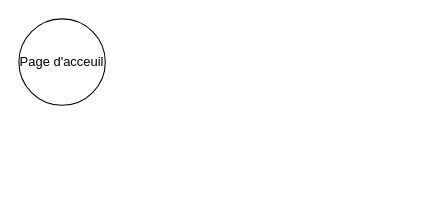
The draw.io diagram Untitled Diagram.drawio in RimAmarat/AuditSysteme, before the edit. Source tidied: cells renumbered, new cells numbered last; positions are measured from the earlier drawing's top-left corner, leaving out a move shared by most shapes. Both pictures are drawn from the tidied source at 108%, with x=0, y=0 at pixel (18, 18).
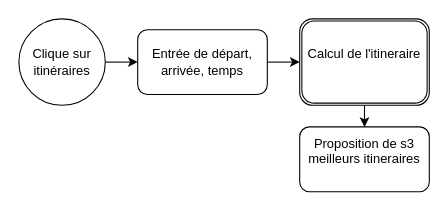
The same page after the edit.

The edit, as a diff of the source:
```diff
@@
 <mxGraphModel>
   <root>
     <mxCell id="0" />
     <mxCell id="1" parent="0" />
+    <mxCell id="3" style="edgeStyle=orthogonalEdgeStyle;rounded=0;jettySize=auto;html=1;exitX=1;exitY=0.5;exitDx=0;exitDy=0;entryX=0;entryY=0.5;entryDx=0;entryDy=0;" parent="1" edge="1" source="2" target="5">
+      <mxGeometry relative="1" as="geometry" />
+    </mxCell>
-    <mxCell id="2" value="&lt;div&gt;Page d'acceuil&lt;/div&gt;" style="ellipse;whiteSpace=wrap;html=1;" parent="1" vertex="1">
+    <mxCell id="2" value="&lt;div&gt;Clique sur itinéraires&lt;br&gt;&lt;/div&gt;" style="ellipse;whiteSpace=wrap;html=1;" parent="1" vertex="1">
       <mxGeometry width="80" height="80" as="geometry" />
     </mxCell>
+    <mxCell id="4" style="edgeStyle=orthogonalEdgeStyle;rounded=0;jettySize=auto;html=1;exitX=1;exitY=0.5;exitDx=0;exitDy=0;entryX=0;entryY=0.5;entryDx=0;entryDy=0;" parent="1" edge="1" source="5" target="7">
+      <mxGeometry relative="1" as="geometry" />
+    </mxCell>
+    <mxCell id="5" value="&lt;div&gt;Entrée de départ, arrivée, temps&lt;/div&gt;" style="rounded=1;whiteSpace=wrap;html=1;" parent="1" vertex="1">
+      <mxGeometry x="110" y="10" width="120" height="60" as="geometry" />
+    </mxCell>
+    <mxCell id="6" style="edgeStyle=orthogonalEdgeStyle;rounded=0;jettySize=auto;html=1;exitX=0.5;exitY=1;exitDx=0;exitDy=0;" parent="1" edge="1" source="7" target="8">
+      <mxGeometry relative="1" as="geometry" />
+    </mxCell>
+    <mxCell id="7" value="&lt;div&gt;Calcul de l'itineraire&lt;/div&gt;&lt;div&gt;&lt;br&gt;&lt;/div&gt;" style="shape=ext;double=1;rounded=1;whiteSpace=wrap;html=1;" parent="1" vertex="1">
+      <mxGeometry x="260" width="120" height="80" as="geometry" />
+    </mxCell>
+    <mxCell id="8" value="&lt;div&gt;Proposition de s3 meilleurs itineraires&lt;/div&gt;&lt;div&gt;&lt;br&gt;&lt;/div&gt;" style="rounded=1;whiteSpace=wrap;html=1;" parent="1" vertex="1">
+      <mxGeometry x="260" y="100" width="120" height="60" as="geometry" />
+    </mxCell>
   </root>
 </mxGraphModel>
```
